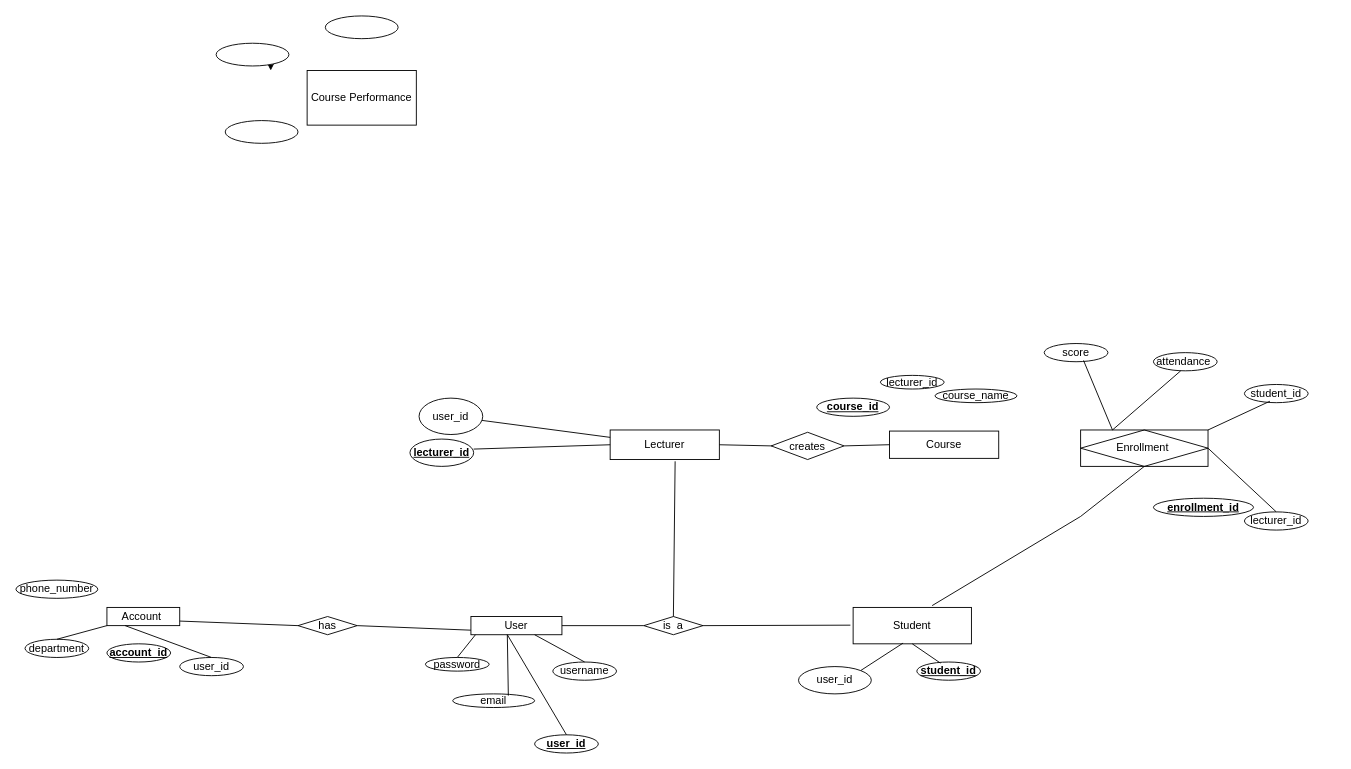
This is Untitled Diagram.drawio from InnoMind002/InnoMind002, a draw.io file, before an edit. Source tidied: cells renumbered, new cells numbered last; positions are measured from the earlier drawing's top-left corner, leaving out a move shared by most shapes. Both pictures are drawn from the tidied source at 91%, with x=0, y=0 at pixel (15, 15).
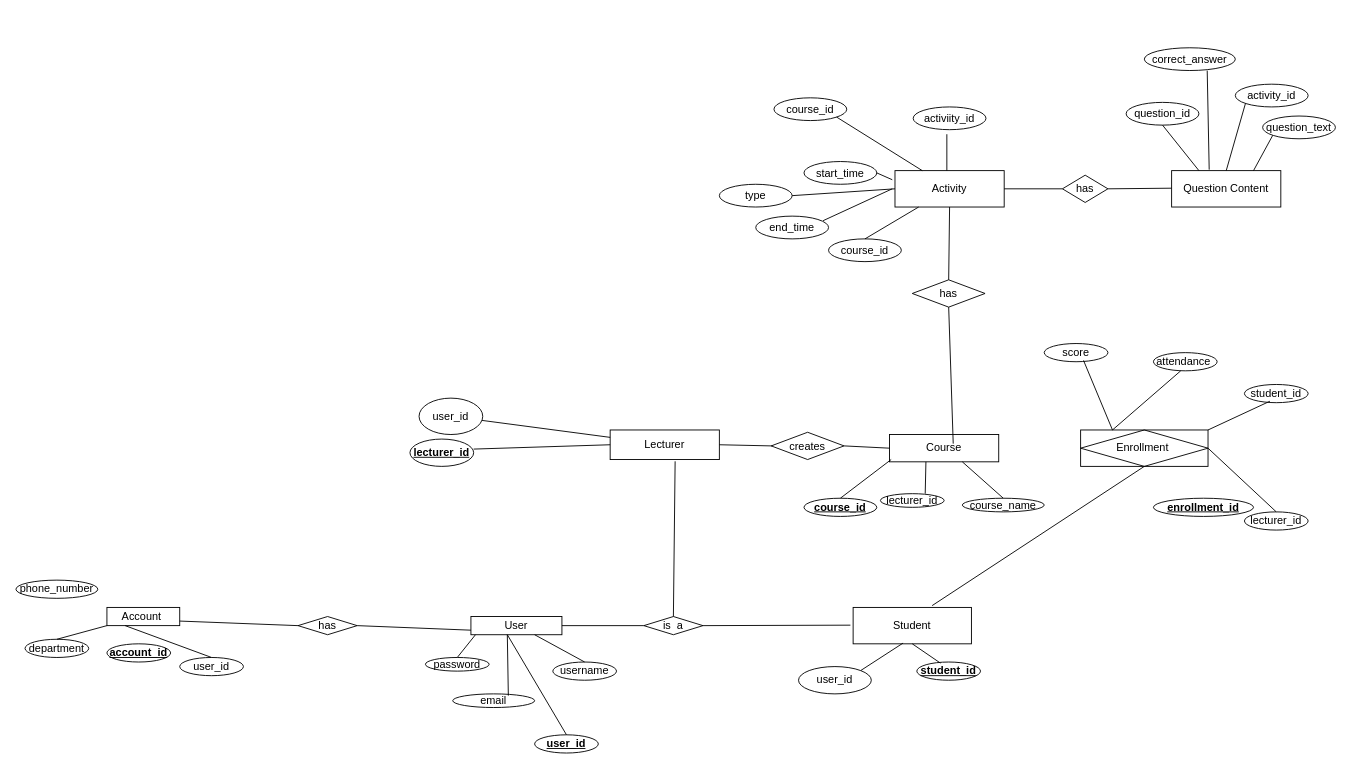
The same page after the edit.

The change refers to these unchanged cells:
```xml
<mxCell id="4" value="Student" style="rounded=0;whiteSpace=wrap;html=1;" parent="1" vertex="1">
  <mxGeometry x="920" y="650" width="130" height="40" as="geometry" />
</mxCell>
<mxCell id="37" value="Enrollment&amp;nbsp;" style="shape=associativeEntity;whiteSpace=wrap;html=1;align=center;" parent="1" vertex="1">
  <mxGeometry x="1170" y="455" width="140" height="40" as="geometry" />
</mxCell>
```

Change to the diagram source:
```diff
@@
     <mxCell id="3" value="Course" style="rounded=0;whiteSpace=wrap;html=1;" parent="1" vertex="1">
-      <mxGeometry x="960" y="456.2" width="120" height="30" as="geometry" />
+      <mxGeometry x="960" y="460" width="120" height="30" as="geometry" />
     </mxCell>
@@
-    <mxCell id="5" value="Course Performance" style="rounded=0;whiteSpace=wrap;html=1;" parent="1" vertex="1">
-      <mxGeometry x="320" y="60" width="120" height="60" as="geometry" />
+    <mxCell id="5" value="Activity" style="rounded=0;whiteSpace=wrap;html=1;" parent="1" vertex="1">
+      <mxGeometry x="966" y="170" width="120" height="40" as="geometry" />
     </mxCell>
@@
-    <mxCell id="21" style="ellipse;whiteSpace=wrap;html=1;" parent="1" vertex="1">
-      <mxGeometry x="230" y="115" width="80" height="25" as="geometry" />
+    <mxCell id="21" value="end_time" style="ellipse;whiteSpace=wrap;html=1;" parent="1" vertex="1">
+      <mxGeometry x="813" y="220" width="80" height="25" as="geometry" />
     </mxCell>
-    <mxCell id="22" style="ellipse;whiteSpace=wrap;html=1;" parent="1" vertex="1">
-      <mxGeometry x="340" width="80" height="25" as="geometry" />
+    <mxCell id="22" value="start_time" style="ellipse;whiteSpace=wrap;html=1;" parent="1" vertex="1">
+      <mxGeometry x="866" y="160" width="80" height="25" as="geometry" />
     </mxCell>
     <mxCell id="23" value="&lt;b&gt;&lt;u&gt;course_id&lt;/u&gt;&lt;/b&gt;" style="ellipse;whiteSpace=wrap;html=1;" parent="1" vertex="1">
-      <mxGeometry x="880" y="420" width="80" height="20" as="geometry" />
+      <mxGeometry x="866" y="530" width="80" height="20" as="geometry" />
     </mxCell>
-    <mxCell id="24" style="edgeStyle=orthogonalEdgeStyle;rounded=0;jettySize=auto;html=1;exitX=1;exitY=1;exitDx=0;exitDy=0;" parent="1" edge="1" source="25">
-      <mxGeometry relative="1" as="geometry">
-        <mxPoint x="280" y="60" as="targetPoint" />
-      </mxGeometry>
-    </mxCell>
-    <mxCell id="25" style="ellipse;whiteSpace=wrap;html=1;" parent="1" vertex="1">
-      <mxGeometry x="220" y="30" width="80" height="25" as="geometry" />
+    <mxCell id="25" value="course_id" style="ellipse;whiteSpace=wrap;html=1;" parent="1" vertex="1">
+      <mxGeometry x="833" y="90" width="80" height="25" as="geometry" />
     </mxCell>
@@
     <mxCell id="35" value="course_name" style="ellipse;whiteSpace=wrap;html=1;" parent="1" vertex="1">
-      <mxGeometry x="1010" y="410" width="90" height="15" as="geometry" />
+      <mxGeometry x="1040" y="530" width="90" height="15" as="geometry" />
     </mxCell>
     <mxCell id="36" value="lecturer_id" style="ellipse;whiteSpace=wrap;html=1;" parent="1" vertex="1">
-      <mxGeometry x="950" y="395" width="70" height="15" as="geometry" />
+      <mxGeometry x="950" y="525" width="70" height="15" as="geometry" />
     </mxCell>
@@
     <mxCell id="46" style="endArrow=none;html=1;rounded=0;entryX=0.5;entryY=1;entryDx=0;entryDy=0;exitX=0.668;exitY=-0.05;exitDx=0;exitDy=0;exitPerimeter=0;" parent="1" edge="1" source="4" target="37">
-      <mxGeometry relative="1" as="geometry">
-        <Array as="points">
-          <mxPoint x="1170" y="550" />
-        </Array>
-      </mxGeometry>
+      <mxGeometry relative="1" as="geometry" />
     </mxCell>
@@
+    <mxCell id="60" style="endArrow=none;html=1;rounded=0;entryX=0.703;entryY=0;entryDx=0;entryDy=0;entryPerimeter=0;" parent="1" edge="1" target="36">
+      <mxGeometry relative="1" as="geometry">
+        <mxPoint x="1000" y="490" as="sourcePoint" />
+      </mxGeometry>
+    </mxCell>
+    <mxCell id="61" style="endArrow=none;html=1;rounded=0;exitX=0.5;exitY=0;exitDx=0;exitDy=0;" parent="1" edge="1" source="35">
+      <mxGeometry relative="1" as="geometry">
+        <mxPoint x="1040" y="490" as="targetPoint" />
+        <Array as="points">
+          <mxPoint x="1040" y="490" />
+        </Array>
+      </mxGeometry>
+    </mxCell>
+    <mxCell id="62" style="endArrow=none;html=1;rounded=0;exitX=0.5;exitY=0;exitDx=0;exitDy=0;entryX=1;entryY=1;entryDx=0;entryDy=0;" parent="1" edge="1" source="23">
+      <mxGeometry relative="1" as="geometry">
+        <mxPoint x="961.8" y="487.5" as="targetPoint" />
+      </mxGeometry>
+    </mxCell>
+    <mxCell id="63" value="type" style="ellipse;whiteSpace=wrap;html=1;" parent="1" vertex="1">
+      <mxGeometry x="773" y="185" width="80" height="25" as="geometry" />
+    </mxCell>
+    <mxCell id="64" value="course_id" style="ellipse;whiteSpace=wrap;html=1;" parent="1" vertex="1">
+      <mxGeometry x="893" y="245" width="80" height="25" as="geometry" />
+    </mxCell>
+    <mxCell id="65" value="activiity_id" style="ellipse;whiteSpace=wrap;html=1;" parent="1" vertex="1">
+      <mxGeometry x="986" y="100" width="80" height="25" as="geometry" />
+    </mxCell>
+    <mxCell id="66" style="endArrow=none;html=1;rounded=0;entryX=0.654;entryY=1.147;entryDx=0;entryDy=0;entryPerimeter=0;exitX=0.5;exitY=0;exitDx=0;exitDy=0;" parent="1" edge="1" source="64">
+      <mxGeometry relative="1" as="geometry">
+        <mxPoint x="992" y="210" as="targetPoint" />
+      </mxGeometry>
+    </mxCell>
+    <mxCell id="67" style="endArrow=none;html=1;rounded=0;exitX=0.5;exitY=0;exitDx=0;exitDy=0;" parent="1" edge="1">
+      <mxGeometry relative="1" as="geometry">
+        <mxPoint x="1023" y="170" as="sourcePoint" />
+        <mxPoint x="1023" y="130" as="targetPoint" />
+      </mxGeometry>
+    </mxCell>
+    <mxCell id="68" style="endArrow=none;html=1;rounded=0;entryX=1;entryY=1;entryDx=0;entryDy=0;exitX=0.25;exitY=0;exitDx=0;exitDy=0;" parent="1" edge="1" source="5" target="25">
+      <mxGeometry relative="1" as="geometry" />
+    </mxCell>
+    <mxCell id="69" style="endArrow=none;html=1;rounded=0;exitX=0.5;exitY=0;exitDx=0;exitDy=0;" parent="1" edge="1">
+      <mxGeometry relative="1" as="geometry">
+        <mxPoint x="887" y="225" as="sourcePoint" />
+        <mxPoint x="963" y="190" as="targetPoint" />
+      </mxGeometry>
+    </mxCell>
+    <mxCell id="70" style="endArrow=none;html=1;rounded=0;exitX=1;exitY=0.5;exitDx=0;exitDy=0;entryX=0;entryY=0.5;entryDx=0;entryDy=0;" parent="1" edge="1" source="63" target="5">
+      <mxGeometry relative="1" as="geometry" />
+    </mxCell>
+    <mxCell id="71" style="endArrow=none;html=1;rounded=0;entryX=1;entryY=0.5;entryDx=0;entryDy=0;" parent="1" edge="1" target="22">
+      <mxGeometry relative="1" as="geometry">
+        <mxPoint x="963" y="180" as="sourcePoint" />
+      </mxGeometry>
+    </mxCell>
+    <mxCell id="72" value="Question Content" style="rounded=0;whiteSpace=wrap;html=1;" parent="1" vertex="1">
+      <mxGeometry x="1270" y="170" width="120" height="40" as="geometry" />
+    </mxCell>
+    <mxCell id="73" value="activity_id" style="ellipse;whiteSpace=wrap;html=1;" parent="1" vertex="1">
+      <mxGeometry x="1340" y="75" width="80" height="25" as="geometry" />
+    </mxCell>
+    <mxCell id="74" value="question_id" style="ellipse;whiteSpace=wrap;html=1;" parent="1" vertex="1">
+      <mxGeometry x="1220" y="95" width="80" height="25" as="geometry" />
+    </mxCell>
+    <mxCell id="75" value="question_text" style="ellipse;whiteSpace=wrap;html=1;" parent="1" vertex="1">
+      <mxGeometry x="1370" y="110" width="80" height="25" as="geometry" />
+    </mxCell>
+    <mxCell id="76" value="correct_answer" style="ellipse;whiteSpace=wrap;html=1;" parent="1" vertex="1">
+      <mxGeometry x="1240" y="35" width="100" height="25" as="geometry" />
+    </mxCell>
+    <mxCell id="77" style="endArrow=none;html=1;rounded=0;entryX=0.691;entryY=1.005;entryDx=0;entryDy=0;entryPerimeter=0;exitX=0.344;exitY=-0.027;exitDx=0;exitDy=0;exitPerimeter=0;" parent="1" edge="1" source="72" target="76">
+      <mxGeometry relative="1" as="geometry" />
+    </mxCell>
+    <mxCell id="78" style="endArrow=none;html=1;rounded=0;exitX=0.5;exitY=0;exitDx=0;exitDy=0;entryX=0;entryY=1;entryDx=0;entryDy=0;" parent="1" edge="1" source="72" target="73">
+      <mxGeometry relative="1" as="geometry" />
+    </mxCell>
+    <mxCell id="79" style="endArrow=none;html=1;rounded=0;exitX=0.75;exitY=0;exitDx=0;exitDy=0;entryX=0;entryY=1;entryDx=0;entryDy=0;" parent="1" edge="1" source="72" target="75">
+      <mxGeometry relative="1" as="geometry" />
+    </mxCell>
+    <mxCell id="80" style="endArrow=none;html=1;rounded=0;entryX=0.5;entryY=1;entryDx=0;entryDy=0;exitX=0.25;exitY=0;exitDx=0;exitDy=0;" parent="1" edge="1" source="72" target="74">
+      <mxGeometry relative="1" as="geometry" />
+    </mxCell>
+    <mxCell id="81" value="has" style="rhombus;whiteSpace=wrap;html=1;" parent="1" vertex="1">
+      <mxGeometry x="985" y="290" width="80" height="30" as="geometry" />
+    </mxCell>
+    <mxCell id="82" style="endArrow=none;html=1;rounded=0;entryX=0.5;entryY=1;entryDx=0;entryDy=0;" parent="1" edge="1" target="81">
+      <mxGeometry relative="1" as="geometry">
+        <mxPoint x="1030" y="470" as="sourcePoint" />
+      </mxGeometry>
+    </mxCell>
+    <mxCell id="83" style="endArrow=none;html=1;rounded=0;exitX=0.5;exitY=0;exitDx=0;exitDy=0;entryX=0.5;entryY=1;entryDx=0;entryDy=0;" parent="1" edge="1" source="81" target="5">
+      <mxGeometry relative="1" as="geometry" />
+    </mxCell>
+    <mxCell id="84" value="has" style="rhombus;whiteSpace=wrap;html=1;" parent="1" vertex="1">
+      <mxGeometry x="1150" y="175" width="50" height="30" as="geometry" />
+    </mxCell>
+    <mxCell id="85" style="endArrow=none;html=1;rounded=0;exitX=0;exitY=0.5;exitDx=0;exitDy=0;entryX=1;entryY=0.5;entryDx=0;entryDy=0;" parent="1" edge="1" source="84" target="5">
+      <mxGeometry relative="1" as="geometry" />
+    </mxCell>
+    <mxCell id="86" style="endArrow=none;html=1;rounded=0;entryX=1;entryY=0.5;entryDx=0;entryDy=0;" parent="1" edge="1" target="84">
+      <mxGeometry relative="1" as="geometry">
+        <mxPoint x="1270" y="189.3" as="sourcePoint" />
+      </mxGeometry>
+    </mxCell>
```
